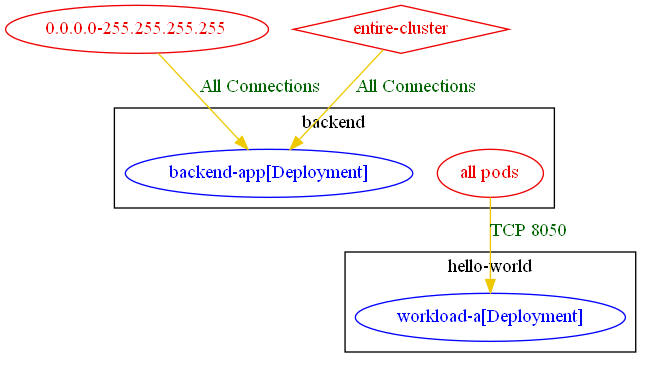
np-guard/netpol-analyzer keeps this Graphviz diagram as test_outputs/connlist/exposure_test_exposure_to_namespace_except_specific_pod_connlist_output.dot.png. Above is the earlier version. Its source is kept beside it as test_outputs/connlist/exposure_test_exposure_to_namespace_except_specific_pod_connlist_output.dot. Source of this version:
```dot
digraph {
	subgraph "cluster_backend" {
		color="black"
		fontcolor="black"
		"all pods_in_backend" [label="all pods" color="red2" fontcolor="red2"]
		"backend/backend-app[Deployment]" [label="backend-app[Deployment]" color="blue" fontcolor="blue"]
		label="backend"
	}
	subgraph "cluster_hello_world" {
		color="black"
		fontcolor="black"
		"hello-world/workload-a[Deployment]" [label="workload-a[Deployment]" color="blue" fontcolor="blue"]
		label="hello-world"
	}
	"0.0.0.0-255.255.255.255" [label="0.0.0.0-255.255.255.255" color="red2" fontcolor="red2"]
	"entire-cluster" [label="entire-cluster" color="red2" fontcolor="red2" shape=diamond]
	"0.0.0.0-255.255.255.255" -> "backend/backend-app[Deployment]" [label="All Connections" color="gold2" fontcolor="darkgreen"]
	"all pods_in_backend" -> "hello-world/workload-a[Deployment]" [label="TCP 8050" color="gold2" fontcolor="darkgreen" weight=1]
	"entire-cluster" -> "backend/backend-app[Deployment]" [label="All Connections" color="gold2" fontcolor="darkgreen" weight=1]
}
```
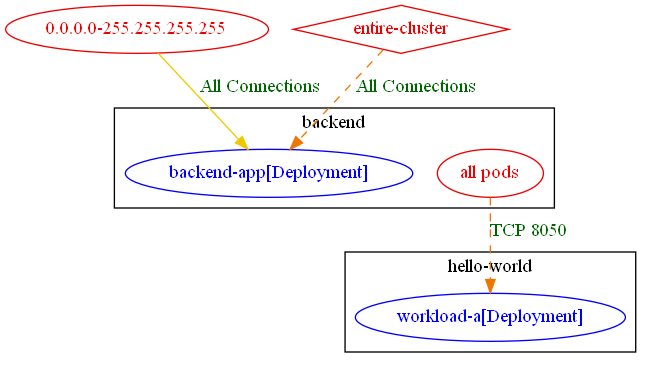
Above is the later version.

The edit, as a diff of the source:
```diff
@@ -15,6 +15,6 @@
 	"0.0.0.0-255.255.255.255" [label="0.0.0.0-255.255.255.255" color="red2" fontcolor="red2"]
 	"entire-cluster" [label="entire-cluster" color="red2" fontcolor="red2" shape=diamond]
 	"0.0.0.0-255.255.255.255" -> "backend/backend-app[Deployment]" [label="All Connections" color="gold2" fontcolor="darkgreen"]
-	"all pods_in_backend" -> "hello-world/workload-a[Deployment]" [label="TCP 8050" color="gold2" fontcolor="darkgreen" weight=1]
-	"entire-cluster" -> "backend/backend-app[Deployment]" [label="All Connections" color="gold2" fontcolor="darkgreen" weight=1]
+	"all pods_in_backend" -> "hello-world/workload-a[Deployment]" [label="TCP 8050" color="darkorange2" fontcolor="darkgreen" weight=1 style=dashed]
+	"entire-cluster" -> "backend/backend-app[Deployment]" [label="All Connections" color="darkorange2" fontcolor="darkgreen" weight=1 style=dashed]
 }
```
